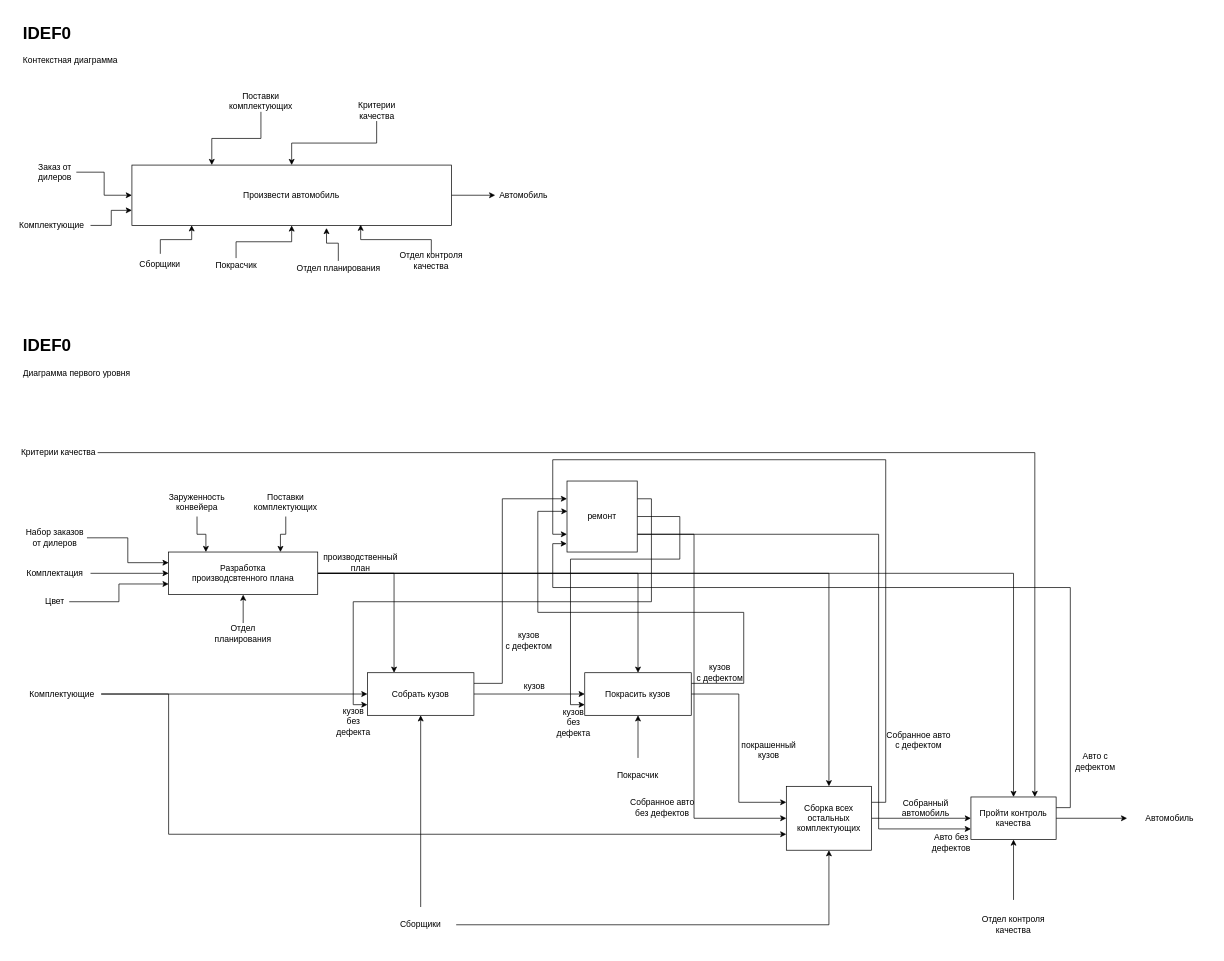
This is hw03-rfp/RFP_IDEF0_Surkov.drawio from maximumSHOT-HSE/SD, a draw.io file, before an edit. Source tidied: cells renumbered, new cells numbered last; positions are measured from the earlier drawing's top-left corner, leaving out a move shared by most shapes. Both pictures are drawn from the tidied source at 71%, with x=0, y=0 at pixel (12, 19).
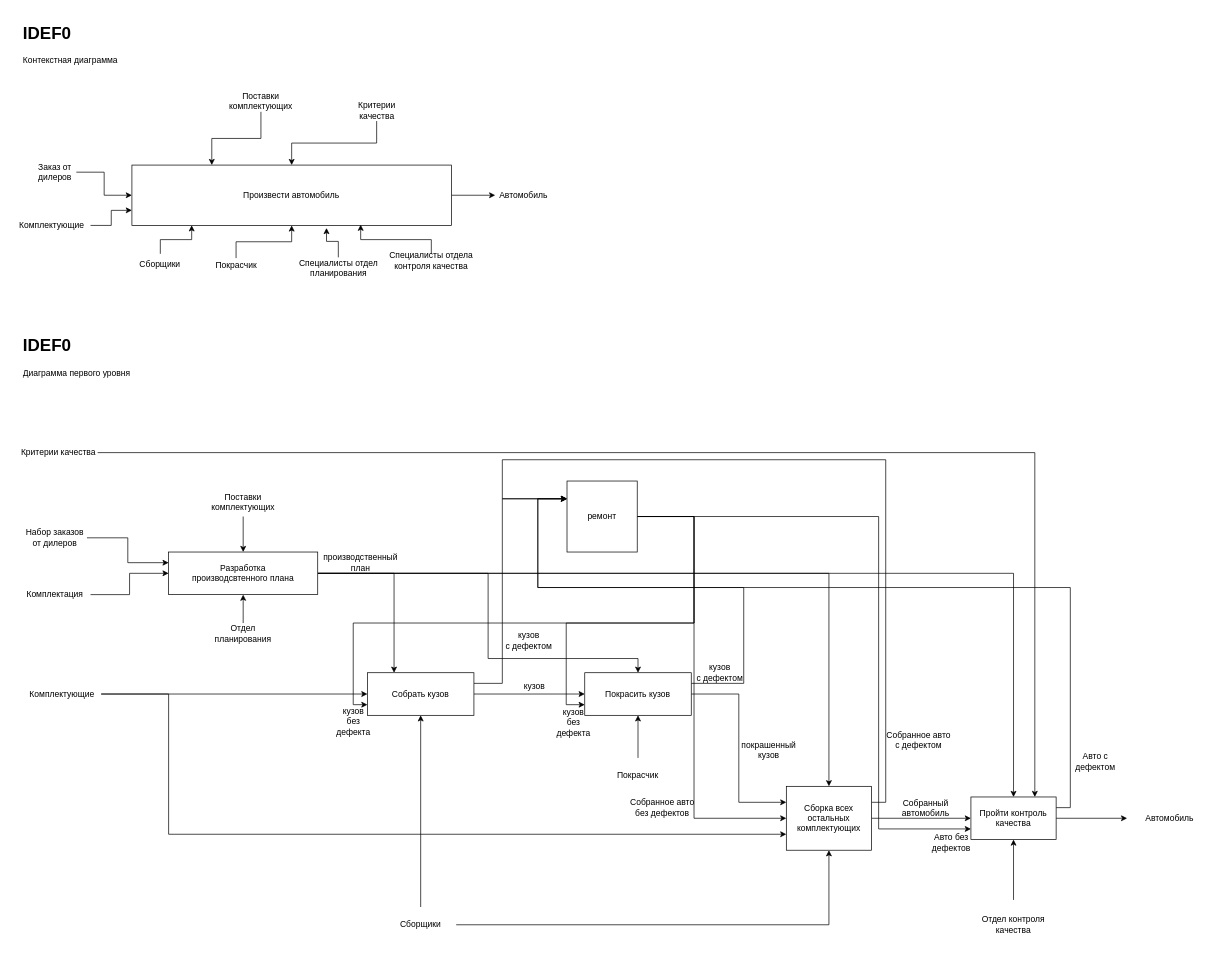
The same page after the edit.

The change refers to these unchanged cells:
```xml
<mxCell id="25" value="Разработка &lt;br&gt;производсвтенного плана" style="rounded=0;whiteSpace=wrap;html=1;" parent="1" vertex="1">
  <mxGeometry x="220" y="750" width="210" height="60" as="geometry" />
</mxCell>
<mxCell id="38" value="Сборка всех остальных комплектующих" style="rounded=0;whiteSpace=wrap;html=1;" parent="1" vertex="1">
  <mxGeometry x="1090" y="1080" width="120" height="90" as="geometry" />
</mxCell>
<mxCell id="41" value="Собрать кузов" style="rounded=0;whiteSpace=wrap;html=1;" parent="1" vertex="1">
  <mxGeometry x="500" y="920" width="150" height="60" as="geometry" />
</mxCell>
<mxCell id="46" value="Покрасить кузов" style="rounded=0;whiteSpace=wrap;html=1;" parent="1" vertex="1">
  <mxGeometry x="806.1" y="920" width="150" height="60" as="geometry" />
</mxCell>
<mxCell id="51" value="Пройти контроль качества" style="rounded=0;whiteSpace=wrap;html=1;" parent="1" vertex="1">
  <mxGeometry x="1350" y="1095" width="120" height="60" as="geometry" />
</mxCell>
<mxCell id="71" value="ремонт" style="rounded=0;whiteSpace=wrap;html=1;" parent="1" vertex="1">
  <mxGeometry x="781.1" y="650" width="98.9" height="100" as="geometry" />
</mxCell>
```

Diff of the diagram source:
```diff
@@
-    <mxCell id="12" value="Отдел контроля качества" style="text;html=1;strokeColor=none;fillColor=none;align=center;verticalAlign=middle;whiteSpace=wrap;rounded=0;" parent="1" vertex="1">
+    <mxCell id="12" value="Специалисты отдела контроля качества" style="text;html=1;strokeColor=none;fillColor=none;align=center;verticalAlign=middle;whiteSpace=wrap;rounded=0;" parent="1" vertex="1">
       <mxGeometry x="530" y="330" width="120" height="20" as="geometry" />
     </mxCell>
@@
-    <mxCell id="17" style="edgeStyle=orthogonalEdgeStyle;rounded=0;jettySize=auto;html=1;entryX=0;entryY=0.75;entryDx=0;entryDy=0;" parent="1" edge="1" source="18" target="25">
-      <mxGeometry relative="1" as="geometry" />
-    </mxCell>
-    <mxCell id="18" value="Цвет" style="text;html=1;strokeColor=none;fillColor=none;align=center;verticalAlign=middle;whiteSpace=wrap;rounded=0;" parent="1" vertex="1">
-      <mxGeometry x="40" y="810" width="40" height="20" as="geometry" />
-    </mxCell>
@@
     <mxCell id="20" value="Комплектация" style="text;html=1;strokeColor=none;fillColor=none;align=center;verticalAlign=middle;whiteSpace=wrap;rounded=0;" parent="1" vertex="1">
-      <mxGeometry x="10" y="770" width="100" height="20" as="geometry" />
+      <mxGeometry x="10" y="800" width="100" height="20" as="geometry" />
     </mxCell>
@@
     <mxCell id="22" style="edgeStyle=orthogonalEdgeStyle;rounded=0;jettySize=auto;html=1;entryX=0.5;entryY=0;entryDx=0;entryDy=0;" parent="1" edge="1" source="25" target="46">
-      <mxGeometry relative="1" as="geometry" />
+      <mxGeometry relative="1" as="geometry">
+        <Array as="points">
+          <mxPoint x="670" y="780" />
+          <mxPoint x="670" y="900" />
+          <mxPoint x="881" y="900" />
+        </Array>
+      </mxGeometry>
     </mxCell>
@@
     <mxCell id="24" style="edgeStyle=orthogonalEdgeStyle;rounded=0;jettySize=auto;html=1;entryX=0.5;entryY=0;entryDx=0;entryDy=0;" parent="1" edge="1" source="25" target="51">
-      <mxGeometry relative="1" as="geometry" />
+      <mxGeometry relative="1" as="geometry">
+        <Array as="points">
+          <mxPoint x="1410" y="780" />
+        </Array>
+      </mxGeometry>
     </mxCell>
@@
-    <mxCell id="28" style="edgeStyle=orthogonalEdgeStyle;rounded=0;jettySize=auto;html=1;entryX=0.25;entryY=0;entryDx=0;entryDy=0;" parent="1" edge="1" source="29" target="25">
-      <mxGeometry relative="1" as="geometry" />
-    </mxCell>
-    <mxCell id="29" value="Заруженность конвейера" style="text;html=1;strokeColor=none;fillColor=none;align=center;verticalAlign=middle;whiteSpace=wrap;rounded=0;" parent="1" vertex="1">
-      <mxGeometry x="220" y="660" width="80" height="40" as="geometry" />
-    </mxCell>
-    <mxCell id="30" style="edgeStyle=orthogonalEdgeStyle;rounded=0;jettySize=auto;html=1;entryX=0.75;entryY=0;entryDx=0;entryDy=0;" parent="1" edge="1" source="31" target="25">
+    <mxCell id="30" style="edgeStyle=orthogonalEdgeStyle;rounded=0;jettySize=auto;html=1;entryX=0.5;entryY=0;entryDx=0;entryDy=0;" parent="1" edge="1" source="31" target="25">
       <mxGeometry relative="1" as="geometry" />
     </mxCell>
     <mxCell id="31" value="Поставки комплектующих" style="text;html=1;strokeColor=none;fillColor=none;align=center;verticalAlign=middle;whiteSpace=wrap;rounded=0;" parent="1" vertex="1">
-      <mxGeometry x="340" y="660" width="90" height="40" as="geometry" />
+      <mxGeometry x="280" y="660" width="90" height="40" as="geometry" />
     </mxCell>
@@
-    <mxCell id="37" style="edgeStyle=orthogonalEdgeStyle;rounded=0;jettySize=auto;html=1;exitX=1;exitY=0.25;exitDx=0;exitDy=0;entryX=0;entryY=0.75;entryDx=0;entryDy=0;" parent="1" edge="1" source="38" target="71">
+    <mxCell id="37" style="edgeStyle=orthogonalEdgeStyle;rounded=0;jettySize=auto;html=1;exitX=1;exitY=0.25;exitDx=0;exitDy=0;entryX=0;entryY=0.25;entryDx=0;entryDy=0;" parent="1" edge="1" source="38" target="71">
       <mxGeometry relative="1" as="geometry">
         <Array as="points">
           <mxPoint x="1230" y="1103" />
           <mxPoint x="1230" y="620" />
-          <mxPoint x="761" y="620" />
-          <mxPoint x="761" y="725" />
+          <mxPoint x="690" y="620" />
+          <mxPoint x="690" y="675" />
         </Array>
       </mxGeometry>
     </mxCell>
@@
-    <mxCell id="45" style="edgeStyle=orthogonalEdgeStyle;rounded=0;jettySize=auto;html=1;exitX=1;exitY=0.25;exitDx=0;exitDy=0;entryX=0.006;entryY=0.427;entryDx=0;entryDy=0;entryPerimeter=0;" parent="1" edge="1" source="46" target="71">
+    <mxCell id="45" style="edgeStyle=orthogonalEdgeStyle;rounded=0;jettySize=auto;html=1;exitX=1;exitY=0.25;exitDx=0;exitDy=0;entryX=0;entryY=0.25;entryDx=0;entryDy=0;" parent="1" edge="1" source="46" target="71">
       <mxGeometry relative="1" as="geometry">
         <Array as="points">
           <mxPoint x="1030" y="935" />
-          <mxPoint x="1030" y="835" />
-          <mxPoint x="740" y="835" />
-          <mxPoint x="740" y="693" />
+          <mxPoint x="1030" y="800" />
+          <mxPoint x="740" y="800" />
+          <mxPoint x="740" y="675" />
         </Array>
       </mxGeometry>
     </mxCell>
@@
-    <mxCell id="50" style="edgeStyle=orthogonalEdgeStyle;rounded=0;jettySize=auto;html=1;exitX=1;exitY=0.25;exitDx=0;exitDy=0;entryX=-0.003;entryY=0.882;entryDx=0;entryDy=0;entryPerimeter=0;" parent="1" edge="1" source="51" target="71">
+    <mxCell id="50" style="edgeStyle=orthogonalEdgeStyle;rounded=0;jettySize=auto;html=1;exitX=1;exitY=0.25;exitDx=0;exitDy=0;entryX=0;entryY=0.25;entryDx=0;entryDy=0;" parent="1" edge="1" source="51" target="71">
       <mxGeometry relative="1" as="geometry">
         <Array as="points">
           <mxPoint x="1490" y="1110" />
           <mxPoint x="1490" y="800" />
-          <mxPoint x="761" y="800" />
-          <mxPoint x="761" y="738" />
+          <mxPoint x="740" y="800" />
+          <mxPoint x="740" y="675" />
         </Array>
       </mxGeometry>
     </mxCell>
@@
-    <mxCell id="62" value="Отдел планирования" style="text;html=1;align=center;verticalAlign=middle;points=[];" parent="1" vertex="1">
-      <mxGeometry x="394" y="340" width="130" height="20" as="geometry" />
+    <mxCell id="62" value="Специалисты отдел &lt;br&gt;планирования" style="text;html=1;align=center;verticalAlign=middle;points=[];" parent="1" vertex="1">
+      <mxGeometry x="394" y="335" width="130" height="30" as="geometry" />
     </mxCell>
@@
-    <mxCell id="67" style="edgeStyle=orthogonalEdgeStyle;rounded=0;jettySize=auto;html=1;exitX=1;exitY=0.25;exitDx=0;exitDy=0;entryX=0;entryY=0.75;entryDx=0;entryDy=0;" parent="1" edge="1" source="71" target="41">
+    <mxCell id="67" style="edgeStyle=orthogonalEdgeStyle;rounded=0;jettySize=auto;html=1;exitX=1;exitY=0.5;exitDx=0;exitDy=0;entryX=0;entryY=0.75;entryDx=0;entryDy=0;" parent="1" edge="1" source="71" target="41">
       <mxGeometry relative="1" as="geometry">
         <Array as="points">
-          <mxPoint x="900" y="675" />
-          <mxPoint x="900" y="820" />
-          <mxPoint x="480" y="820" />
+          <mxPoint x="960" y="700" />
+          <mxPoint x="960" y="850" />
+          <mxPoint x="480" y="850" />
           <mxPoint x="480" y="965" />
         </Array>
       </mxGeometry>
     </mxCell>
     <mxCell id="68" style="edgeStyle=orthogonalEdgeStyle;rounded=0;jettySize=auto;html=1;exitX=1;exitY=0.5;exitDx=0;exitDy=0;entryX=0;entryY=0.75;entryDx=0;entryDy=0;" parent="1" edge="1" source="71" target="46">
       <mxGeometry relative="1" as="geometry">
         <Array as="points">
-          <mxPoint x="940" y="700" />
-          <mxPoint x="940" y="760" />
-          <mxPoint x="786" y="760" />
-          <mxPoint x="786" y="965" />
+          <mxPoint x="960" y="700" />
+          <mxPoint x="960" y="850" />
+          <mxPoint x="780" y="850" />
+          <mxPoint x="780" y="965" />
         </Array>
       </mxGeometry>
     </mxCell>
-    <mxCell id="69" style="edgeStyle=orthogonalEdgeStyle;rounded=0;jettySize=auto;html=1;exitX=1;exitY=0.75;exitDx=0;exitDy=0;entryX=0;entryY=0.5;entryDx=0;entryDy=0;" parent="1" edge="1" source="71" target="38">
+    <mxCell id="69" style="edgeStyle=orthogonalEdgeStyle;rounded=0;jettySize=auto;html=1;exitX=1;exitY=0.5;exitDx=0;exitDy=0;entryX=0;entryY=0.5;entryDx=0;entryDy=0;" parent="1" edge="1" source="71" target="38">
       <mxGeometry relative="1" as="geometry">
         <Array as="points">
-          <mxPoint x="960" y="725" />
+          <mxPoint x="960" y="700" />
           <mxPoint x="960" y="1125" />
         </Array>
       </mxGeometry>
     </mxCell>
-    <mxCell id="70" style="edgeStyle=orthogonalEdgeStyle;rounded=0;jettySize=auto;html=1;exitX=1;exitY=0.75;exitDx=0;exitDy=0;entryX=0;entryY=0.75;entryDx=0;entryDy=0;" parent="1" edge="1" source="71" target="51">
+    <mxCell id="70" style="edgeStyle=orthogonalEdgeStyle;rounded=0;jettySize=auto;html=1;exitX=1;exitY=0.5;exitDx=0;exitDy=0;entryX=0;entryY=0.75;entryDx=0;entryDy=0;" parent="1" edge="1" source="71" target="51">
       <mxGeometry relative="1" as="geometry">
         <Array as="points">
-          <mxPoint x="1220" y="725" />
+          <mxPoint x="1220" y="700" />
           <mxPoint x="1220" y="1140" />
         </Array>
       </mxGeometry>
     </mxCell>
```
